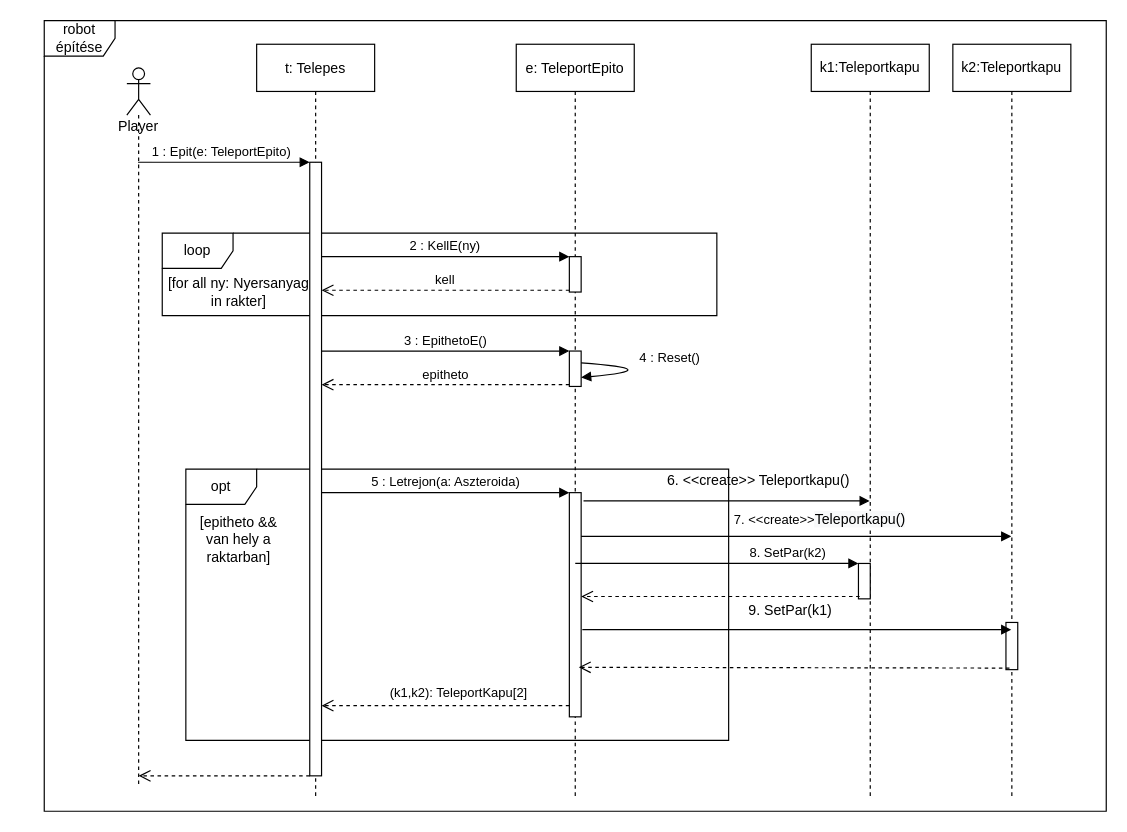
This is page "Page-2" (1 of 2) of doc/uml/szekvencia_teleportEpit.drawio from torpeBoiGo/aszteroidabanyaszat, a draw.io file, before an edit. Source tidied: cells renumbered, new cells numbered last; positions are measured from the earlier drawing's top-left corner, leaving out a move shared by most shapes. Both pictures are drawn from the tidied source at 118%, with x=0, y=0 at pixel (44, 20).
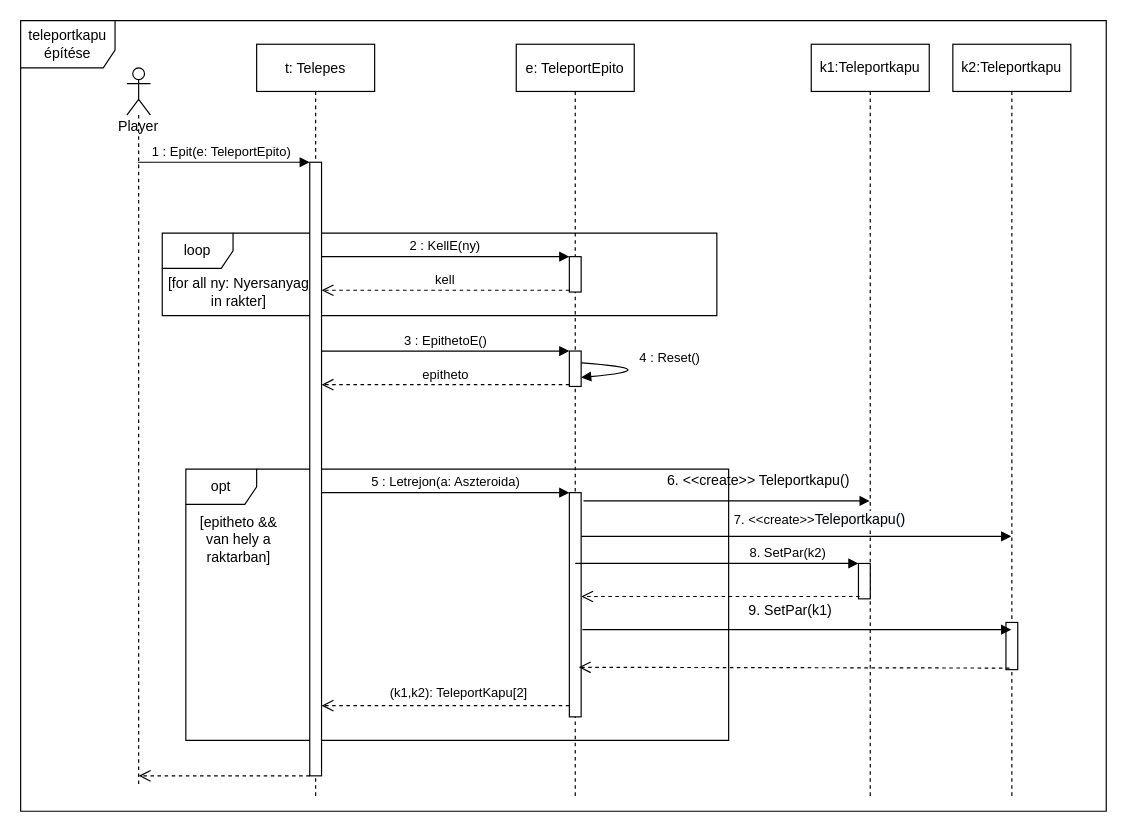
After the change.

Commit message:
Update szekvencia_teleportEpit.drawio: frame javitasa

Change to the diagram source:
```diff
@@
-    <mxCell id="2" value="robot építése" style="shape=umlFrame;whiteSpace=wrap;html=1;" parent="1" vertex="1">
-      <mxGeometry width="900" height="670" as="geometry" />
+    <mxCell id="2" value="teleportkapu építése" style="shape=umlFrame;whiteSpace=wrap;html=1;width=80;height=40;" parent="1" vertex="1">
+      <mxGeometry x="-20" width="920" height="670" as="geometry" />
     </mxCell>
```
